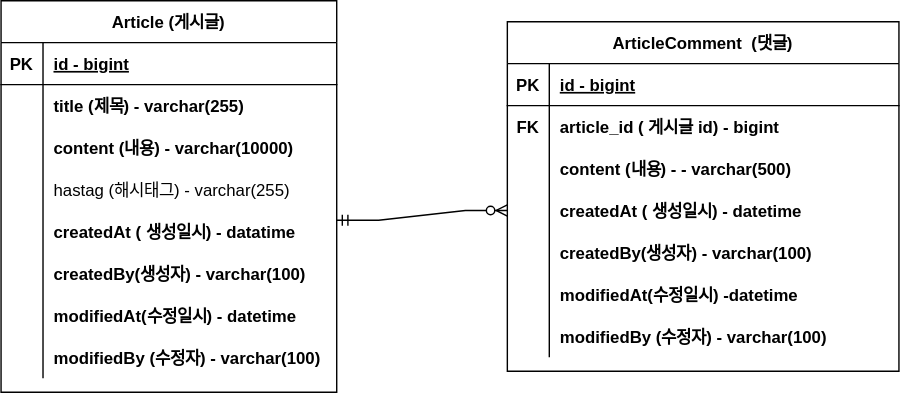
Before: document/project-board-erd.svg, a diagram exported from draw.io (kimj2su/project-board). Source tidied: cells renumbered, new cells last; positions are measured from the earlier drawing's top-left corner, leaving out a move shared by most shapes.
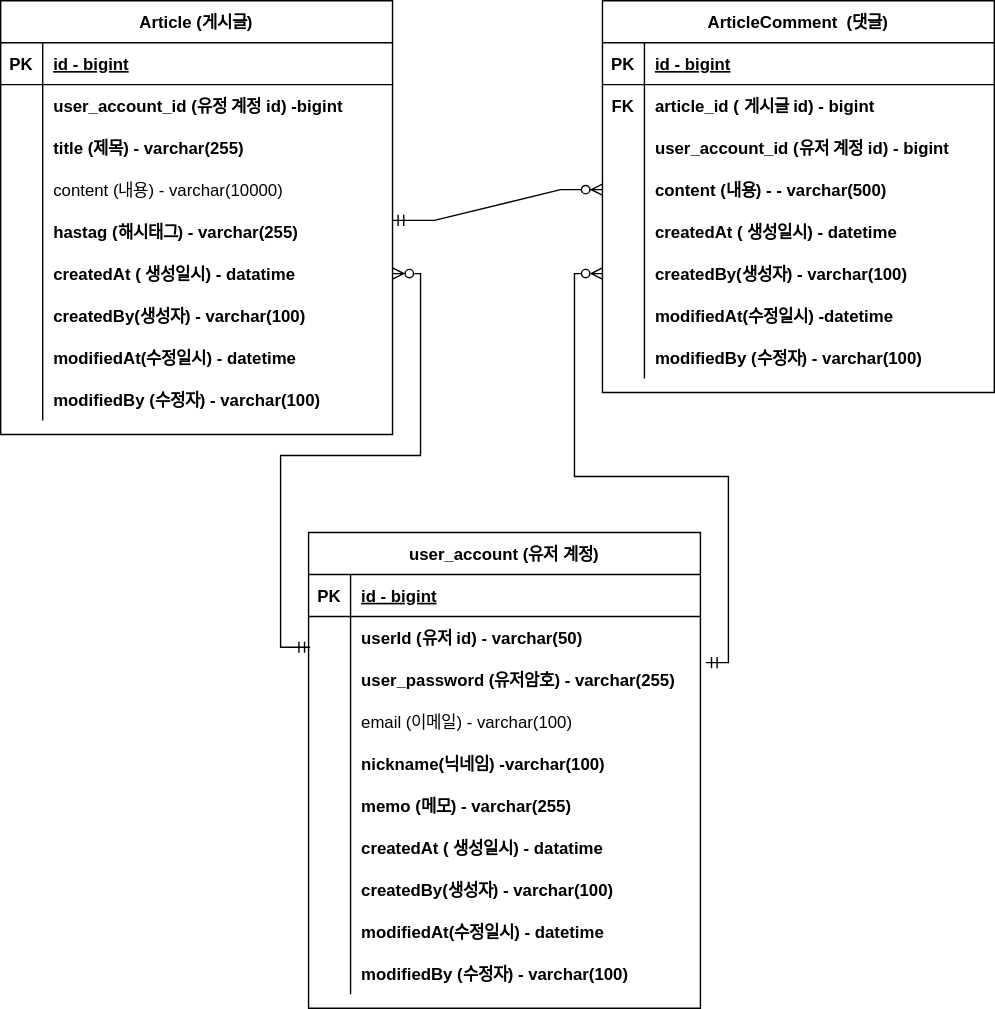
After the commit.

Change to the diagram source:
```diff
@@ -5,6 +5,6 @@
     <mxCell id="2" value="Article (게시글)" style="shape=table;startSize=30;rowLines=0;fontStyle=1;align=center;" parent="1" vertex="1">
-      <mxGeometry width="240" height="280" as="geometry" />
+      <mxGeometry x="-78" y="-40" width="280" height="310" as="geometry" />
     </mxCell>
     <mxCell id="3" style="shape=tableRow;horizontal=0;startSize=0;swimlaneHead=0;swimlaneBody=0;fillColor=none;top=0;left=0;right=0;bottom=1;" parent="2" vertex="1">
-      <mxGeometry y="30" width="240" height="30" as="geometry" />
+      <mxGeometry y="30" width="280" height="30" as="geometry" />
     </mxCell>
@@ -14,6 +14,6 @@
     <mxCell id="5" value="id - bigint" style="shape=partialRectangle;fillColor=none;top=0;left=0;bottom=0;right=0;align=left;spacingLeft=6;fontStyle=5;overflow=hidden;" parent="3" vertex="1">
-      <mxGeometry x="30" width="210" height="30" as="geometry" />
+      <mxGeometry x="30" width="250" height="30" as="geometry" />
     </mxCell>
     <mxCell id="6" style="shape=tableRow;horizontal=0;startSize=0;swimlaneHead=0;swimlaneBody=0;fillColor=none;top=0;left=0;right=0;bottom=0;" parent="2" vertex="1">
-      <mxGeometry y="60" width="240" height="30" as="geometry" />
+      <mxGeometry y="60" width="280" height="30" as="geometry" />
     </mxCell>
@@ -22,7 +22,7 @@
     </mxCell>
-    <mxCell id="8" value="title (제목) - varchar(255)" style="shape=partialRectangle;fillColor=none;top=0;left=0;bottom=0;right=0;align=left;spacingLeft=6;overflow=hidden;fontStyle=1;" parent="6" vertex="1">
-      <mxGeometry x="30" width="210" height="30" as="geometry" />
+    <mxCell id="8" value="user_account_id (유정 계정 id) -bigint" style="shape=partialRectangle;fillColor=none;top=0;left=0;bottom=0;right=0;align=left;spacingLeft=6;overflow=hidden;fontStyle=1;" parent="6" vertex="1">
+      <mxGeometry x="30" width="250" height="30" as="geometry" />
     </mxCell>
     <mxCell id="9" style="shape=tableRow;horizontal=0;startSize=0;swimlaneHead=0;swimlaneBody=0;fillColor=none;top=0;left=0;right=0;bottom=0;" parent="2" vertex="1">
-      <mxGeometry y="90" width="240" height="30" as="geometry" />
+      <mxGeometry y="90" width="280" height="30" as="geometry" />
     </mxCell>
@@ -31,7 +31,7 @@
     </mxCell>
-    <mxCell id="11" value="content (내용) - varchar(10000)" style="shape=partialRectangle;fillColor=none;top=0;left=0;bottom=0;right=0;align=left;spacingLeft=6;overflow=hidden;fontStyle=1;" parent="9" vertex="1">
-      <mxGeometry x="30" width="210" height="30" as="geometry" />
+    <mxCell id="11" value="title (제목) - varchar(255)" style="shape=partialRectangle;fillColor=none;top=0;left=0;bottom=0;right=0;align=left;spacingLeft=6;overflow=hidden;fontStyle=1;" parent="9" vertex="1">
+      <mxGeometry x="30" width="250" height="30" as="geometry" />
     </mxCell>
     <mxCell id="12" style="shape=tableRow;horizontal=0;startSize=0;swimlaneHead=0;swimlaneBody=0;fillColor=none;top=0;left=0;right=0;bottom=0;" parent="2" vertex="1">
-      <mxGeometry y="120" width="240" height="30" as="geometry" />
+      <mxGeometry y="120" width="280" height="30" as="geometry" />
     </mxCell>
@@ -40,7 +40,7 @@
     </mxCell>
-    <mxCell id="14" value="hastag (해시태그) - varchar(255)" style="shape=partialRectangle;fillColor=none;top=0;left=0;bottom=0;right=0;align=left;spacingLeft=6;overflow=hidden;" parent="12" vertex="1">
-      <mxGeometry x="30" width="210" height="30" as="geometry" />
+    <mxCell id="14" value="content (내용) - varchar(10000)" style="shape=partialRectangle;fillColor=none;top=0;left=0;bottom=0;right=0;align=left;spacingLeft=6;overflow=hidden;" parent="12" vertex="1">
+      <mxGeometry x="30" width="250" height="30" as="geometry" />
     </mxCell>
     <mxCell id="15" style="shape=tableRow;horizontal=0;startSize=0;swimlaneHead=0;swimlaneBody=0;fillColor=none;points=[[0,0.5],[1,0.5]];portConstraint=eastwest;top=0;left=0;right=0;bottom=0;" parent="2" vertex="1">
-      <mxGeometry y="150" width="240" height="30" as="geometry" />
+      <mxGeometry y="150" width="280" height="30" as="geometry" />
     </mxCell>
@@ -49,7 +49,7 @@
     </mxCell>
-    <mxCell id="17" value="createdAt ( 생성일시) - datatime" style="shape=partialRectangle;fillColor=none;top=0;left=0;bottom=0;right=0;align=left;spacingLeft=6;overflow=hidden;fontStyle=1;" parent="15" vertex="1">
-      <mxGeometry x="30" width="210" height="30" as="geometry" />
+    <mxCell id="17" value="hastag (해시태그) - varchar(255)" style="shape=partialRectangle;fillColor=none;top=0;left=0;bottom=0;right=0;align=left;spacingLeft=6;overflow=hidden;fontStyle=1;" parent="15" vertex="1">
+      <mxGeometry x="30" width="250" height="30" as="geometry" />
     </mxCell>
     <mxCell id="18" style="shape=tableRow;horizontal=0;startSize=0;swimlaneHead=0;swimlaneBody=0;fillColor=none;points=[[0,0.5],[1,0.5]];portConstraint=eastwest;top=0;left=0;right=0;bottom=0;" parent="2" vertex="1">
-      <mxGeometry y="180" width="240" height="30" as="geometry" />
+      <mxGeometry y="180" width="280" height="30" as="geometry" />
     </mxCell>
@@ -58,7 +58,7 @@
     </mxCell>
-    <mxCell id="20" value="createdBy(생성자) - varchar(100)" style="shape=partialRectangle;fillColor=none;top=0;left=0;bottom=0;right=0;align=left;spacingLeft=6;overflow=hidden;fontStyle=1;" parent="18" vertex="1">
-      <mxGeometry x="30" width="210" height="30" as="geometry" />
+    <mxCell id="20" value="createdAt ( 생성일시) - datatime" style="shape=partialRectangle;fillColor=none;top=0;left=0;bottom=0;right=0;align=left;spacingLeft=6;overflow=hidden;fontStyle=1;" parent="18" vertex="1">
+      <mxGeometry x="30" width="250" height="30" as="geometry" />
     </mxCell>
     <mxCell id="21" style="shape=tableRow;horizontal=0;startSize=0;swimlaneHead=0;swimlaneBody=0;fillColor=none;top=0;left=0;right=0;bottom=0;" parent="2" vertex="1">
-      <mxGeometry y="210" width="240" height="30" as="geometry" />
+      <mxGeometry y="210" width="280" height="30" as="geometry" />
     </mxCell>
@@ -67,7 +67,7 @@
     </mxCell>
-    <mxCell id="23" value="modifiedAt(수정일시) - datetime" style="shape=partialRectangle;fillColor=none;top=0;left=0;bottom=0;right=0;align=left;spacingLeft=6;overflow=hidden;fontStyle=1;" parent="21" vertex="1">
-      <mxGeometry x="30" width="210" height="30" as="geometry" />
+    <mxCell id="23" value="createdBy(생성자) - varchar(100)" style="shape=partialRectangle;fillColor=none;top=0;left=0;bottom=0;right=0;align=left;spacingLeft=6;overflow=hidden;fontStyle=1;" parent="21" vertex="1">
+      <mxGeometry x="30" width="250" height="30" as="geometry" />
     </mxCell>
     <mxCell id="24" style="shape=tableRow;horizontal=0;startSize=0;swimlaneHead=0;swimlaneBody=0;fillColor=none;top=0;left=0;right=0;bottom=0;" parent="2" vertex="1">
-      <mxGeometry y="240" width="240" height="30" as="geometry" />
+      <mxGeometry y="240" width="280" height="30" as="geometry" />
     </mxCell>
@@ -76,7 +76,16 @@
     </mxCell>
-    <mxCell id="26" value="modifiedBy (수정자) - varchar(100)" style="shape=partialRectangle;fillColor=none;top=0;left=0;bottom=0;right=0;align=left;spacingLeft=6;overflow=hidden;fontStyle=1;" parent="24" vertex="1">
-      <mxGeometry x="30" width="210" height="30" as="geometry" />
+    <mxCell id="26" value="modifiedAt(수정일시) - datetime" style="shape=partialRectangle;fillColor=none;top=0;left=0;bottom=0;right=0;align=left;spacingLeft=6;overflow=hidden;fontStyle=1;" parent="24" vertex="1">
+      <mxGeometry x="30" width="250" height="30" as="geometry" />
     </mxCell>
+    <mxCell id="50" style="shape=tableRow;horizontal=0;startSize=0;swimlaneHead=0;swimlaneBody=0;fillColor=none;top=0;left=0;right=0;bottom=0;" parent="2" vertex="1">
+      <mxGeometry y="270" width="280" height="30" as="geometry" />
+    </mxCell>
+    <mxCell id="51" style="shape=partialRectangle;fillColor=none;top=0;left=0;bottom=0;right=0;overflow=hidden;" parent="50" vertex="1">
+      <mxGeometry width="30" height="30" as="geometry" />
+    </mxCell>
+    <mxCell id="52" value="modifiedBy (수정자) - varchar(100)" style="shape=partialRectangle;fillColor=none;top=0;left=0;bottom=0;right=0;align=left;spacingLeft=6;overflow=hidden;fontStyle=1;" parent="50" vertex="1">
+      <mxGeometry x="30" width="250" height="30" as="geometry" />
+    </mxCell>
     <mxCell id="27" value="ArticleComment  (댓글)" style="shape=table;startSize=30;rowLines=0;fontStyle=1;align=center;" parent="1" vertex="1">
-      <mxGeometry x="362" y="15" width="280" height="250" as="geometry" />
+      <mxGeometry x="352" y="-40" width="280" height="280" as="geometry" />
     </mxCell>
@@ -106,3 +115,3 @@
     </mxCell>
-    <mxCell id="36" value="content (내용) - - varchar(500)" style="shape=partialRectangle;fillColor=none;top=0;left=0;bottom=0;right=0;align=left;spacingLeft=6;overflow=hidden;fontStyle=1;" parent="34" vertex="1">
+    <mxCell id="36" value="user_account_id (유저 계정 id) - bigint" style="shape=partialRectangle;fillColor=none;top=0;left=0;bottom=0;right=0;align=left;spacingLeft=6;overflow=hidden;fontStyle=1;" parent="34" vertex="1">
       <mxGeometry x="30" width="250" height="30" as="geometry" />
@@ -115,3 +124,3 @@
     </mxCell>
-    <mxCell id="39" value="createdAt ( 생성일시) - datetime" style="shape=partialRectangle;fillColor=none;top=0;left=0;bottom=0;right=0;align=left;spacingLeft=6;overflow=hidden;fontStyle=1;" parent="37" vertex="1">
+    <mxCell id="39" value="content (내용) - - varchar(500)" style="shape=partialRectangle;fillColor=none;top=0;left=0;bottom=0;right=0;align=left;spacingLeft=6;overflow=hidden;fontStyle=1;" parent="37" vertex="1">
       <mxGeometry x="30" width="250" height="30" as="geometry" />
@@ -124,3 +133,3 @@
     </mxCell>
-    <mxCell id="42" value="createdBy(생성자) - varchar(100)" style="shape=partialRectangle;fillColor=none;top=0;left=0;bottom=0;right=0;align=left;spacingLeft=6;overflow=hidden;fontStyle=1;" parent="40" vertex="1">
+    <mxCell id="42" value="createdAt ( 생성일시) - datetime" style="shape=partialRectangle;fillColor=none;top=0;left=0;bottom=0;right=0;align=left;spacingLeft=6;overflow=hidden;fontStyle=1;" parent="40" vertex="1">
       <mxGeometry x="30" width="250" height="30" as="geometry" />
@@ -133,3 +142,3 @@
     </mxCell>
-    <mxCell id="45" value="modifiedAt(수정일시) -datetime" style="shape=partialRectangle;fillColor=none;top=0;left=0;bottom=0;right=0;align=left;spacingLeft=6;overflow=hidden;fontStyle=1;" parent="43" vertex="1">
+    <mxCell id="45" value="createdBy(생성자) - varchar(100)" style="shape=partialRectangle;fillColor=none;top=0;left=0;bottom=0;right=0;align=left;spacingLeft=6;overflow=hidden;fontStyle=1;" parent="43" vertex="1">
       <mxGeometry x="30" width="250" height="30" as="geometry" />
@@ -142,5 +151,14 @@
     </mxCell>
-    <mxCell id="48" value="modifiedBy (수정자) - varchar(100)" style="shape=partialRectangle;fillColor=none;top=0;left=0;bottom=0;right=0;align=left;spacingLeft=6;overflow=hidden;fontStyle=1;" parent="46" vertex="1">
+    <mxCell id="48" value="modifiedAt(수정일시) -datetime" style="shape=partialRectangle;fillColor=none;top=0;left=0;bottom=0;right=0;align=left;spacingLeft=6;overflow=hidden;fontStyle=1;" parent="46" vertex="1">
       <mxGeometry x="30" width="250" height="30" as="geometry" />
     </mxCell>
+    <mxCell id="53" style="shape=tableRow;horizontal=0;startSize=0;swimlaneHead=0;swimlaneBody=0;fillColor=none;top=0;left=0;right=0;bottom=0;" parent="27" vertex="1">
+      <mxGeometry y="240" width="280" height="30" as="geometry" />
+    </mxCell>
+    <mxCell id="54" style="shape=partialRectangle;fillColor=none;top=0;left=0;bottom=0;right=0;overflow=hidden;" parent="53" vertex="1">
+      <mxGeometry width="30" height="30" as="geometry" />
+    </mxCell>
+    <mxCell id="55" value="modifiedBy (수정자) - varchar(100)" style="shape=partialRectangle;fillColor=none;top=0;left=0;bottom=0;right=0;align=left;spacingLeft=6;overflow=hidden;fontStyle=1;" parent="53" vertex="1">
+      <mxGeometry x="30" width="250" height="30" as="geometry" />
+    </mxCell>
     <mxCell id="49" style="edgeStyle=entityRelationEdgeStyle;fontSize=12;html=1;endArrow=ERzeroToMany;startArrow=ERmandOne;rounded=0;exitX=1;exitY=0.233;exitDx=0;exitDy=0;exitPerimeter=0;" parent="1" edge="1" source="15" target="37">
@@ -148,2 +166,101 @@
     </mxCell>
+    <mxCell id="56" value="user_account (유저 계정)" style="shape=table;startSize=30;rowLines=0;fontStyle=1;align=center;" parent="1" vertex="1">
+      <mxGeometry x="142" y="340" width="280" height="340" as="geometry" />
+    </mxCell>
+    <mxCell id="57" style="shape=tableRow;horizontal=0;startSize=0;swimlaneHead=0;swimlaneBody=0;fillColor=none;top=0;left=0;right=0;bottom=1;" parent="56" vertex="1">
+      <mxGeometry y="30" width="280" height="30" as="geometry" />
+    </mxCell>
+    <mxCell id="58" value="PK" style="shape=partialRectangle;fillColor=none;top=0;left=0;bottom=0;right=0;fontStyle=1;overflow=hidden;" parent="57" vertex="1">
+      <mxGeometry width="30" height="30" as="geometry" />
+    </mxCell>
+    <mxCell id="59" value="id - bigint" style="shape=partialRectangle;fillColor=none;top=0;left=0;bottom=0;right=0;align=left;spacingLeft=6;fontStyle=5;overflow=hidden;" parent="57" vertex="1">
+      <mxGeometry x="30" width="250" height="30" as="geometry" />
+    </mxCell>
+    <mxCell id="60" style="shape=tableRow;horizontal=0;startSize=0;swimlaneHead=0;swimlaneBody=0;fillColor=none;points=[[0,0.5],[1,0.5]];portConstraint=eastwest;top=0;left=0;right=0;bottom=0;" parent="56" vertex="1">
+      <mxGeometry y="60" width="280" height="30" as="geometry" />
+    </mxCell>
+    <mxCell id="61" style="shape=partialRectangle;fillColor=none;top=0;left=0;bottom=0;right=0;overflow=hidden;" parent="60" vertex="1">
+      <mxGeometry width="30" height="30" as="geometry" />
+    </mxCell>
+    <mxCell id="62" value="userId (유저 id) - varchar(50)" style="shape=partialRectangle;fillColor=none;top=0;left=0;bottom=0;right=0;align=left;spacingLeft=6;overflow=hidden;fontStyle=1;" parent="60" vertex="1">
+      <mxGeometry x="30" width="250" height="30" as="geometry" />
+    </mxCell>
+    <mxCell id="63" style="shape=tableRow;horizontal=0;startSize=0;swimlaneHead=0;swimlaneBody=0;fillColor=none;points=[[0,0.5],[1,0.5]];portConstraint=eastwest;top=0;left=0;right=0;bottom=0;" parent="56" vertex="1">
+      <mxGeometry y="90" width="280" height="30" as="geometry" />
+    </mxCell>
+    <mxCell id="64" style="shape=partialRectangle;fillColor=none;top=0;left=0;bottom=0;right=0;overflow=hidden;" parent="63" vertex="1">
+      <mxGeometry width="30" height="30" as="geometry" />
+    </mxCell>
+    <mxCell id="65" value="user_password (유저암호) - varchar(255)" style="shape=partialRectangle;fillColor=none;top=0;left=0;bottom=0;right=0;align=left;spacingLeft=6;overflow=hidden;fontStyle=1;" parent="63" vertex="1">
+      <mxGeometry x="30" width="250" height="30" as="geometry" />
+    </mxCell>
+    <mxCell id="66" style="shape=tableRow;horizontal=0;startSize=0;swimlaneHead=0;swimlaneBody=0;fillColor=none;top=0;left=0;right=0;bottom=0;" parent="56" vertex="1">
+      <mxGeometry y="120" width="280" height="30" as="geometry" />
+    </mxCell>
+    <mxCell id="67" style="shape=partialRectangle;fillColor=none;top=0;left=0;bottom=0;right=0;overflow=hidden;" parent="66" vertex="1">
+      <mxGeometry width="30" height="30" as="geometry" />
+    </mxCell>
+    <mxCell id="68" value="email (이메일) - varchar(100)" style="shape=partialRectangle;fillColor=none;top=0;left=0;bottom=0;right=0;align=left;spacingLeft=6;overflow=hidden;" parent="66" vertex="1">
+      <mxGeometry x="30" width="250" height="30" as="geometry" />
+    </mxCell>
+    <mxCell id="69" style="shape=tableRow;horizontal=0;startSize=0;swimlaneHead=0;swimlaneBody=0;fillColor=none;top=0;left=0;right=0;bottom=0;" parent="56" vertex="1">
+      <mxGeometry y="150" width="280" height="30" as="geometry" />
+    </mxCell>
+    <mxCell id="70" style="shape=partialRectangle;fillColor=none;top=0;left=0;bottom=0;right=0;overflow=hidden;" parent="69" vertex="1">
+      <mxGeometry width="30" height="30" as="geometry" />
+    </mxCell>
+    <mxCell id="71" value="nickname(닉네임) -varchar(100)" style="shape=partialRectangle;fillColor=none;top=0;left=0;bottom=0;right=0;align=left;spacingLeft=6;overflow=hidden;fontStyle=1;" parent="69" vertex="1">
+      <mxGeometry x="30" width="250" height="30" as="geometry" />
+    </mxCell>
+    <mxCell id="72" style="shape=tableRow;horizontal=0;startSize=0;swimlaneHead=0;swimlaneBody=0;fillColor=none;top=0;left=0;right=0;bottom=0;" parent="56" vertex="1">
+      <mxGeometry y="180" width="280" height="30" as="geometry" />
+    </mxCell>
+    <mxCell id="73" style="shape=partialRectangle;fillColor=none;top=0;left=0;bottom=0;right=0;overflow=hidden;" parent="72" vertex="1">
+      <mxGeometry width="30" height="30" as="geometry" />
+    </mxCell>
+    <mxCell id="74" value="memo (메모) - varchar(255)" style="shape=partialRectangle;fillColor=none;top=0;left=0;bottom=0;right=0;align=left;spacingLeft=6;overflow=hidden;fontStyle=1;" parent="72" vertex="1">
+      <mxGeometry x="30" width="250" height="30" as="geometry" />
+    </mxCell>
+    <mxCell id="75" style="shape=tableRow;horizontal=0;startSize=0;swimlaneHead=0;swimlaneBody=0;fillColor=none;top=0;left=0;right=0;bottom=0;" parent="56" vertex="1">
+      <mxGeometry y="210" width="280" height="30" as="geometry" />
+    </mxCell>
+    <mxCell id="76" style="shape=partialRectangle;fillColor=none;top=0;left=0;bottom=0;right=0;overflow=hidden;" parent="75" vertex="1">
+      <mxGeometry width="30" height="30" as="geometry" />
+    </mxCell>
+    <mxCell id="77" value="createdAt ( 생성일시) - datatime" style="shape=partialRectangle;fillColor=none;top=0;left=0;bottom=0;right=0;align=left;spacingLeft=6;overflow=hidden;fontStyle=1;" parent="75" vertex="1">
+      <mxGeometry x="30" width="250" height="30" as="geometry" />
+    </mxCell>
+    <mxCell id="78" style="shape=tableRow;horizontal=0;startSize=0;swimlaneHead=0;swimlaneBody=0;fillColor=none;top=0;left=0;right=0;bottom=0;" parent="56" vertex="1">
+      <mxGeometry y="240" width="280" height="30" as="geometry" />
+    </mxCell>
+    <mxCell id="79" style="shape=partialRectangle;fillColor=none;top=0;left=0;bottom=0;right=0;overflow=hidden;" parent="78" vertex="1">
+      <mxGeometry width="30" height="30" as="geometry" />
+    </mxCell>
+    <mxCell id="80" value="createdBy(생성자) - varchar(100)" style="shape=partialRectangle;fillColor=none;top=0;left=0;bottom=0;right=0;align=left;spacingLeft=6;overflow=hidden;fontStyle=1;" parent="78" vertex="1">
+      <mxGeometry x="30" width="250" height="30" as="geometry" />
+    </mxCell>
+    <mxCell id="81" style="shape=tableRow;horizontal=0;startSize=0;swimlaneHead=0;swimlaneBody=0;fillColor=none;top=0;left=0;right=0;bottom=0;" parent="56" vertex="1">
+      <mxGeometry y="270" width="280" height="30" as="geometry" />
+    </mxCell>
+    <mxCell id="82" style="shape=partialRectangle;fillColor=none;top=0;left=0;bottom=0;right=0;overflow=hidden;" parent="81" vertex="1">
+      <mxGeometry width="30" height="30" as="geometry" />
+    </mxCell>
+    <mxCell id="83" value="modifiedAt(수정일시) - datetime" style="shape=partialRectangle;fillColor=none;top=0;left=0;bottom=0;right=0;align=left;spacingLeft=6;overflow=hidden;fontStyle=1;" parent="81" vertex="1">
+      <mxGeometry x="30" width="250" height="30" as="geometry" />
+    </mxCell>
+    <mxCell id="84" style="shape=tableRow;horizontal=0;startSize=0;swimlaneHead=0;swimlaneBody=0;fillColor=none;top=0;left=0;right=0;bottom=0;" parent="56" vertex="1">
+      <mxGeometry y="300" width="280" height="30" as="geometry" />
+    </mxCell>
+    <mxCell id="85" style="shape=partialRectangle;fillColor=none;top=0;left=0;bottom=0;right=0;overflow=hidden;" parent="84" vertex="1">
+      <mxGeometry width="30" height="30" as="geometry" />
+    </mxCell>
+    <mxCell id="86" value="modifiedBy (수정자) - varchar(100)" style="shape=partialRectangle;fillColor=none;top=0;left=0;bottom=0;right=0;align=left;spacingLeft=6;overflow=hidden;fontStyle=1;" parent="84" vertex="1">
+      <mxGeometry x="30" width="250" height="30" as="geometry" />
+    </mxCell>
+    <mxCell id="87" style="edgeStyle=orthogonalEdgeStyle;rounded=0;jettySize=auto;html=1;exitX=1;exitY=0.5;exitDx=0;exitDy=0;entryX=0.004;entryY=0.733;entryDx=0;entryDy=0;entryPerimeter=0;startArrow=ERzeroToMany;startFill=0;endArrow=ERmandOne;endFill=0;" parent="1" edge="1" source="18" target="60">
+      <mxGeometry relative="1" as="geometry" />
+    </mxCell>
+    <mxCell id="88" style="edgeStyle=orthogonalEdgeStyle;rounded=0;jettySize=auto;html=1;entryX=1.014;entryY=0.1;entryDx=0;entryDy=0;entryPerimeter=0;startArrow=ERzeroToMany;startFill=0;endArrow=ERmandOne;endFill=0;" parent="1" edge="1" source="43" target="63">
+      <mxGeometry relative="1" as="geometry" />
+    </mxCell>
   </root>
```
